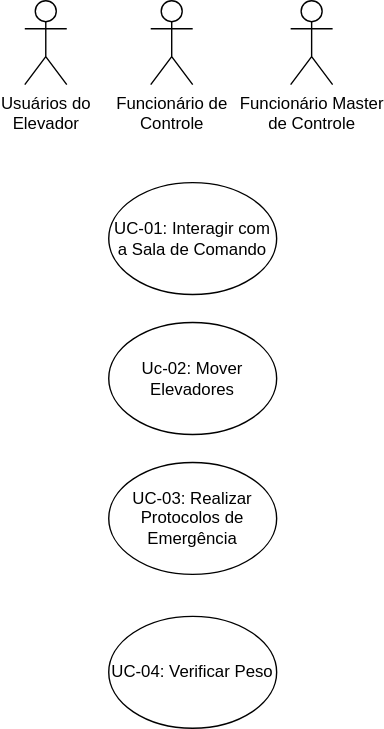
Above: Caso-de-uso/diagrama-caso-uso.svg in wholocked1/Projeto-2-modelagem (draw.io), before the change. Source tidied: cells renumbered, new cells last; positions are measured from the earlier drawing's top-left corner, leaving out a move shared by most shapes. Source of this version:
```xml
<mxGraphModel background="#ffffff">
  <root>
    <mxCell id="0" />
    <mxCell id="1" parent="0" />
    <mxCell id="2" value="Usuários do&lt;div&gt;Elevador&lt;/div&gt;" style="shape=umlActor;verticalLabelPosition=bottom;verticalAlign=top;html=1;outlineConnect=0;" parent="1" vertex="1">
      <mxGeometry width="30" height="60" as="geometry" />
    </mxCell>
    <mxCell id="3" value="Funcionário de&lt;div&gt;Controle&lt;/div&gt;" style="shape=umlActor;verticalLabelPosition=bottom;verticalAlign=top;html=1;outlineConnect=0;" parent="1" vertex="1">
      <mxGeometry x="90" width="30" height="60" as="geometry" />
    </mxCell>
    <mxCell id="4" value="Funcionário Master&lt;div&gt;de Controle&lt;/div&gt;" style="shape=umlActor;verticalLabelPosition=bottom;verticalAlign=top;html=1;outlineConnect=0;" parent="1" vertex="1">
      <mxGeometry x="190" width="30" height="60" as="geometry" />
    </mxCell>
    <mxCell id="5" value="UC-01: Interagir com a Sala de Comando" style="ellipse;whiteSpace=wrap;html=1;" parent="1" vertex="1">
      <mxGeometry x="60" y="130" width="120" height="80" as="geometry" />
    </mxCell>
    <mxCell id="6" value="Uc-02: Mover Elevadores" style="ellipse;whiteSpace=wrap;html=1;" parent="1" vertex="1">
      <mxGeometry x="60" y="230" width="120" height="80" as="geometry" />
    </mxCell>
    <mxCell id="7" value="UC-03: Realizar Protocolos de Emergência" style="ellipse;whiteSpace=wrap;html=1;" parent="1" vertex="1">
      <mxGeometry x="60" y="330" width="120" height="80" as="geometry" />
    </mxCell>
    <mxCell id="8" value="UC-04: Verificar Peso" style="ellipse;whiteSpace=wrap;html=1;" parent="1" vertex="1">
      <mxGeometry x="60" y="440" width="120" height="80" as="geometry" />
    </mxCell>
  </root>
</mxGraphModel>
```
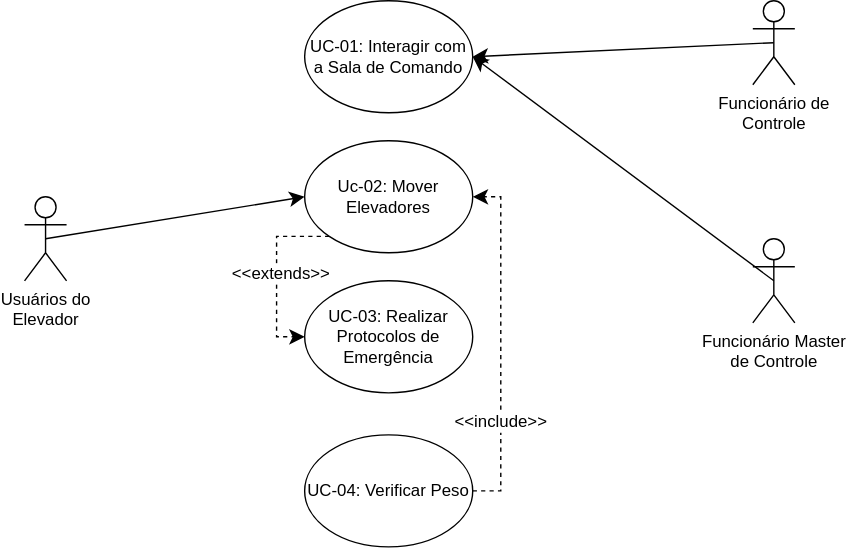
After the commit.

The edit, as a diff of the source:
```diff
@@ -2,26 +2,54 @@
   <root>
     <mxCell id="0" />
     <mxCell id="1" parent="0" />
+    <mxCell id="9" style="edgeStyle=none;curved=1;rounded=0;jettySize=auto;html=1;exitX=0.5;exitY=0.5;exitDx=0;exitDy=0;exitPerimeter=0;entryX=0;entryY=0.5;entryDx=0;entryDy=0;fontSize=12;startSize=8;endSize=8;" parent="1" edge="1" source="2" target="6">
+      <mxGeometry relative="1" as="geometry" />
+    </mxCell>
     <mxCell id="2" value="Usuários do&lt;div&gt;Elevador&lt;/div&gt;" style="shape=umlActor;verticalLabelPosition=bottom;verticalAlign=top;html=1;outlineConnect=0;" parent="1" vertex="1">
-      <mxGeometry width="30" height="60" as="geometry" />
+      <mxGeometry x="-140" y="270" width="30" height="60" as="geometry" />
     </mxCell>
+    <mxCell id="10" style="edgeStyle=none;curved=1;rounded=0;jettySize=auto;html=1;exitX=0.5;exitY=0.5;exitDx=0;exitDy=0;exitPerimeter=0;entryX=1;entryY=0.5;entryDx=0;entryDy=0;fontSize=12;startSize=8;endSize=8;" parent="1" edge="1" source="3" target="5">
+      <mxGeometry relative="1" as="geometry" />
+    </mxCell>
     <mxCell id="3" value="Funcionário de&lt;div&gt;Controle&lt;/div&gt;" style="shape=umlActor;verticalLabelPosition=bottom;verticalAlign=top;html=1;outlineConnect=0;" parent="1" vertex="1">
-      <mxGeometry x="90" width="30" height="60" as="geometry" />
+      <mxGeometry x="380" y="130" width="30" height="60" as="geometry" />
     </mxCell>
     <mxCell id="4" value="Funcionário Master&lt;div&gt;de Controle&lt;/div&gt;" style="shape=umlActor;verticalLabelPosition=bottom;verticalAlign=top;html=1;outlineConnect=0;" parent="1" vertex="1">
-      <mxGeometry x="190" width="30" height="60" as="geometry" />
+      <mxGeometry x="380" y="300" width="30" height="60" as="geometry" />
     </mxCell>
     <mxCell id="5" value="UC-01: Interagir com a Sala de Comando" style="ellipse;whiteSpace=wrap;html=1;" parent="1" vertex="1">
       <mxGeometry x="60" y="130" width="120" height="80" as="geometry" />
     </mxCell>
+    <mxCell id="11" style="edgeStyle=orthogonalEdgeStyle;rounded=0;jettySize=auto;html=1;exitX=0;exitY=1;exitDx=0;exitDy=0;entryX=0;entryY=0.5;entryDx=0;entryDy=0;fontSize=12;startSize=8;endSize=8;dashed=1;" parent="1" edge="1" source="6" target="7">
+      <mxGeometry relative="1" as="geometry">
+        <Array as="points">
+          <mxPoint x="40" y="298" />
+          <mxPoint x="40" y="370" />
+        </Array>
+      </mxGeometry>
+    </mxCell>
+    <mxCell id="12" value="&amp;lt;&amp;lt;extends&amp;gt;&amp;gt;" style="edgeLabel;html=1;align=center;verticalAlign=middle;fontSize=12;" parent="11" vertex="1">
+      <mxGeometry x="-0.02" y="3" relative="1" as="geometry" />
+    </mxCell>
     <mxCell id="6" value="Uc-02: Mover Elevadores" style="ellipse;whiteSpace=wrap;html=1;" parent="1" vertex="1">
       <mxGeometry x="60" y="230" width="120" height="80" as="geometry" />
     </mxCell>
     <mxCell id="7" value="UC-03: Realizar Protocolos de Emergência" style="ellipse;whiteSpace=wrap;html=1;" parent="1" vertex="1">
       <mxGeometry x="60" y="330" width="120" height="80" as="geometry" />
     </mxCell>
+    <mxCell id="13" style="edgeStyle=orthogonalEdgeStyle;rounded=0;jettySize=auto;html=1;exitX=1;exitY=0.5;exitDx=0;exitDy=0;entryX=1;entryY=0.5;entryDx=0;entryDy=0;fontSize=12;startSize=8;endSize=8;dashed=1;" parent="1" edge="1" source="8" target="6">
+      <mxGeometry relative="1" as="geometry" />
+    </mxCell>
+    <mxCell id="14" value="&amp;lt;&amp;lt;include&amp;gt;&amp;gt;" style="edgeLabel;html=1;align=center;verticalAlign=middle;fontSize=12;" parent="13" vertex="1">
+      <mxGeometry x="0.13" y="2" relative="1" as="geometry">
+        <mxPoint x="2" y="71" as="offset" />
+      </mxGeometry>
+    </mxCell>
     <mxCell id="8" value="UC-04: Verificar Peso" style="ellipse;whiteSpace=wrap;html=1;" parent="1" vertex="1">
       <mxGeometry x="60" y="440" width="120" height="80" as="geometry" />
     </mxCell>
+    <mxCell id="15" style="edgeStyle=none;curved=1;rounded=0;jettySize=auto;html=1;exitX=0.5;exitY=0.5;exitDx=0;exitDy=0;exitPerimeter=0;entryX=1;entryY=0.5;entryDx=0;entryDy=0;fontSize=12;startSize=8;endSize=8;" parent="1" edge="1" source="4" target="5">
+      <mxGeometry relative="1" as="geometry" />
+    </mxCell>
   </root>
 </mxGraphModel>
```
